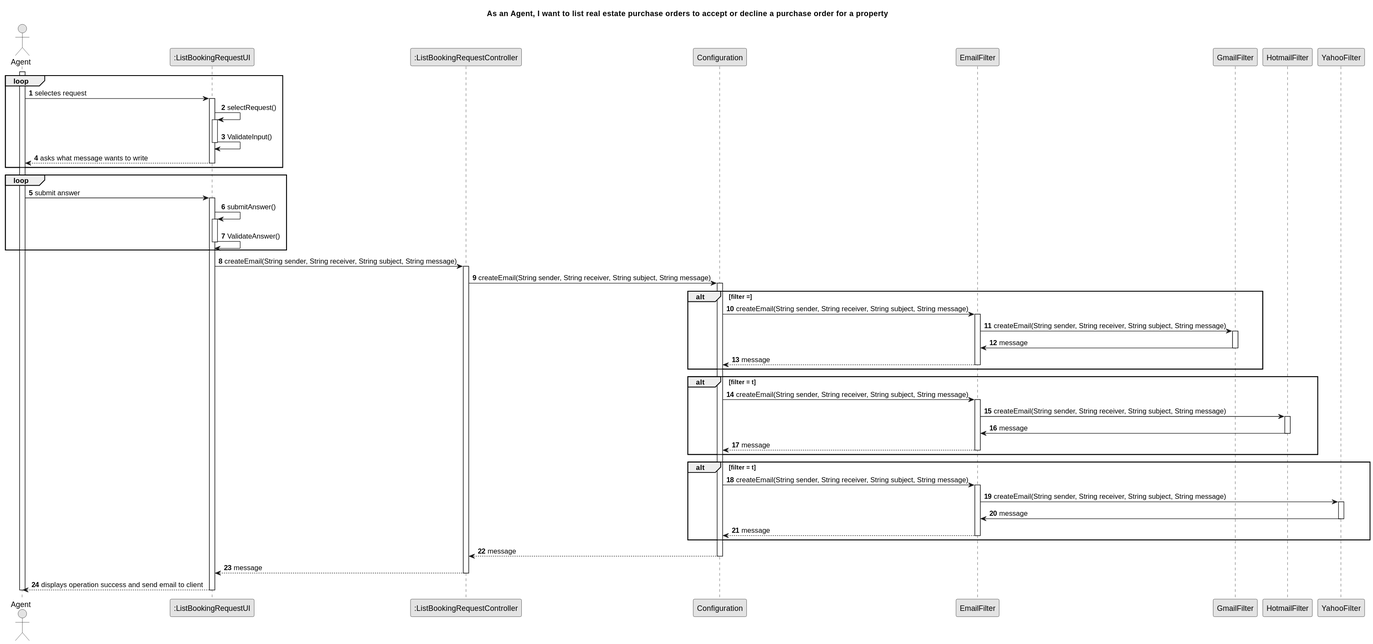
The PlantUML diagram docs/sprintD/us016/03.design/svg/us016-sequence-diagram-full.svg in Shushizinho/RealEstateUSASystem, before a commit. Source of this version:
```plantuml
@startuml
skinparam monochrome true
skinparam packageStyle rectangle
skinparam shadowing false

title As an Agent, I want to list real estate purchase orders to accept or decline a purchase order for a property

autonumber

actor "Agent" as AGT
participant ":ListBookingRequestUI" as UI
participant ":ListBookingRequestController" as CTRL
participant "Configuration" as Config
participant "EmailFilter" as EmFilter
participant "GmailFilter" as GmFilter
participant "HotmailFilter" as HmFilter
participant "YahooFilter" as YhFilter



activate AGT

    group loop
    AGT -> UI : selectes request
    activate UI

        UI -> UI : selectRequest()
        activate UI

        UI->UI : ValidateInput()
        deactivate UI


    UI--> AGT : asks what message wants to write
    deactivate UI
    end

    group loop
    AGT -> UI : submit answer
    activate UI

        UI -> UI : submitAnswer()
        activate UI

        UI->UI : ValidateAnswer()
        deactivate UI

        end

        UI -> CTRL : createEmail(String sender, String receiver, String subject, String message)

        activate CTRL

            CTRL -> Config : createEmail(String sender, String receiver, String subject, String message)
                activate Config

                alt filter =
                Config -> EmFilter : createEmail(String sender, String receiver, String subject, String message)
                    activate EmFilter

                        EmFilter -> GmFilter: createEmail(String sender, String receiver, String subject, String message)
                            activate GmFilter

                            GmFilter -> EmFilter : message
                        deactivate GmFilter

                    EmFilter --> Config : message
                deactivate EmFilter
                end alt

                alt filter = t
                Config -> EmFilter : createEmail(String sender, String receiver, String subject, String message)
                    activate EmFilter

                        EmFilter -> HmFilter: createEmail(String sender, String receiver, String subject, String message)
                            activate HmFilter

                            HmFilter -> EmFilter : message
                        deactivate HmFilter

                    EmFilter --> Config : message
                deactivate EmFilter
                end alt

                alt filter = t
                Config -> EmFilter : createEmail(String sender, String receiver, String subject, String message)
                    activate EmFilter

                        EmFilter -> YhFilter: createEmail(String sender, String receiver, String subject, String message)
                            activate YhFilter

                            YhFilter -> EmFilter : message
                        deactivate YhFilter

                    EmFilter --> Config : message
                deactivate EmFilter
                end alt
                Config --> CTRL : message
            deactivate Config


        CTRL --> UI : message
        deactivate CTRL
    UI --> AGT: displays operation success and send email to client
    deactivate UI

deactivate AGT
@enduml
```
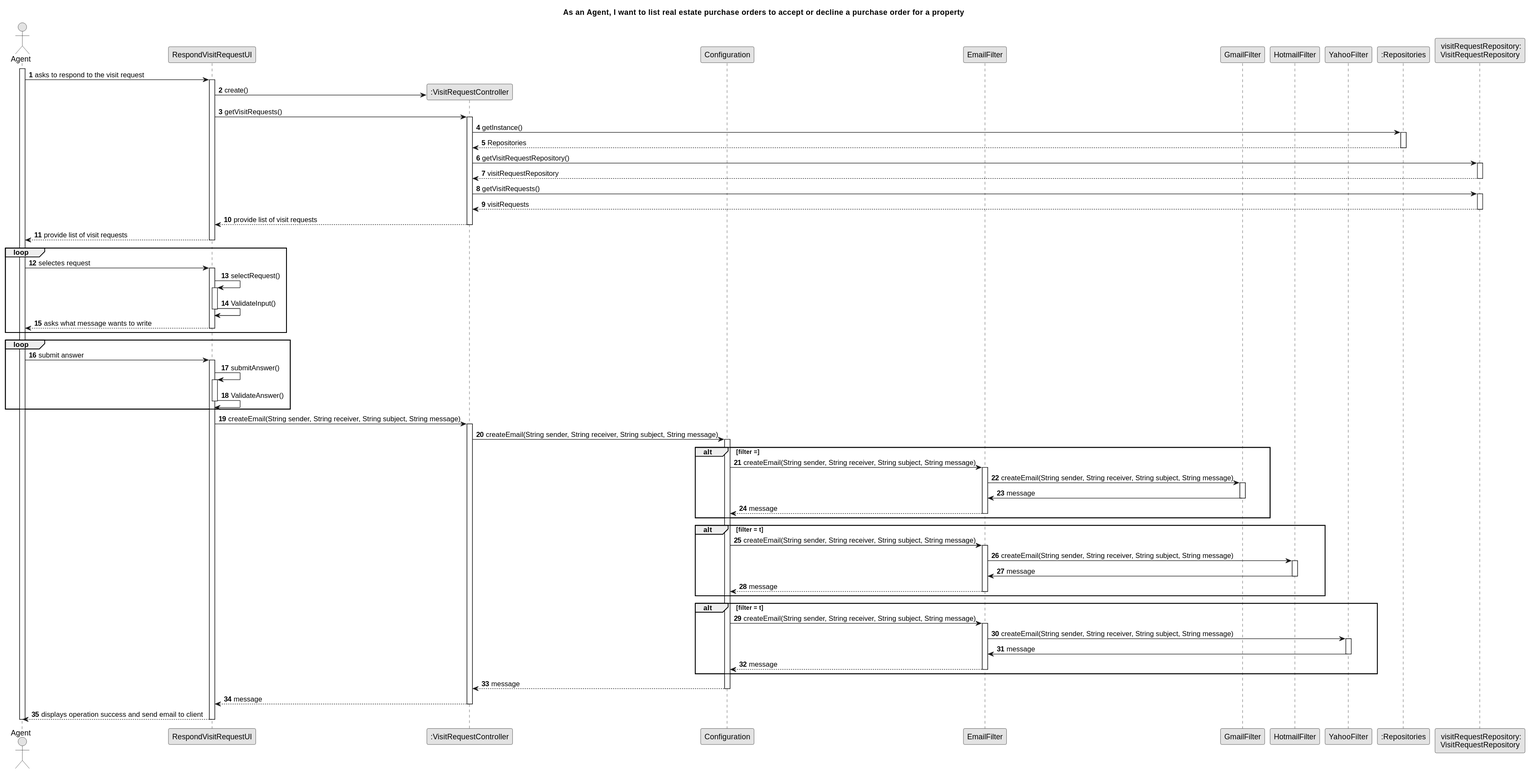
The same file after the commit.

Diff of the diagram source:
```diff
@@ -8,17 +8,57 @@
 autonumber
 
 actor "Agent" as AGT
-participant ":ListBookingRequestUI" as UI
-participant ":ListBookingRequestController" as CTRL
+participant "RespondVisitRequestUI" as UI
+participant ":VisitRequestController" as CTRL
 participant "Configuration" as Config
 participant "EmailFilter" as EmFilter
 participant "GmailFilter" as GmFilter
 participant "HotmailFilter" as HmFilter
 participant "YahooFilter" as YhFilter
+participant ":Repositories" as MainRepository
+participant " visitRequestRepository:\nVisitRequestRepository" as VRR
 
 
 
 activate AGT
+
+    AGT -> UI : asks to respond to the visit request
+    activate UI
+
+    UI ->CTRL**: create()
+     UI -> CTRL : getVisitRequests()
+
+     activate CTRL
+        CTRL -> MainRepository : getInstance()
+         activate MainRepository
+
+         MainRepository -->CTRL : Repositories
+         deactivate MainRepository
+
+         CTRL -> VRR: getVisitRequestRepository()
+         activate VRR
+
+         VRR --> CTRL: visitRequestRepository
+         deactivate VRR
+
+         CTRL -> VRR : getVisitRequests()
+
+         activate VRR
+
+         VRR-->CTRL : visitRequests
+
+         deactivate VRR
+
+
+
+      CTRL --> UI : provide list of visit requests
+     deactivate CTRL
+
+
+
+    UI --> AGT : provide list of visit requests
+    deactivate UI
+
 
     group loop
     AGT -> UI : selectes request
```
